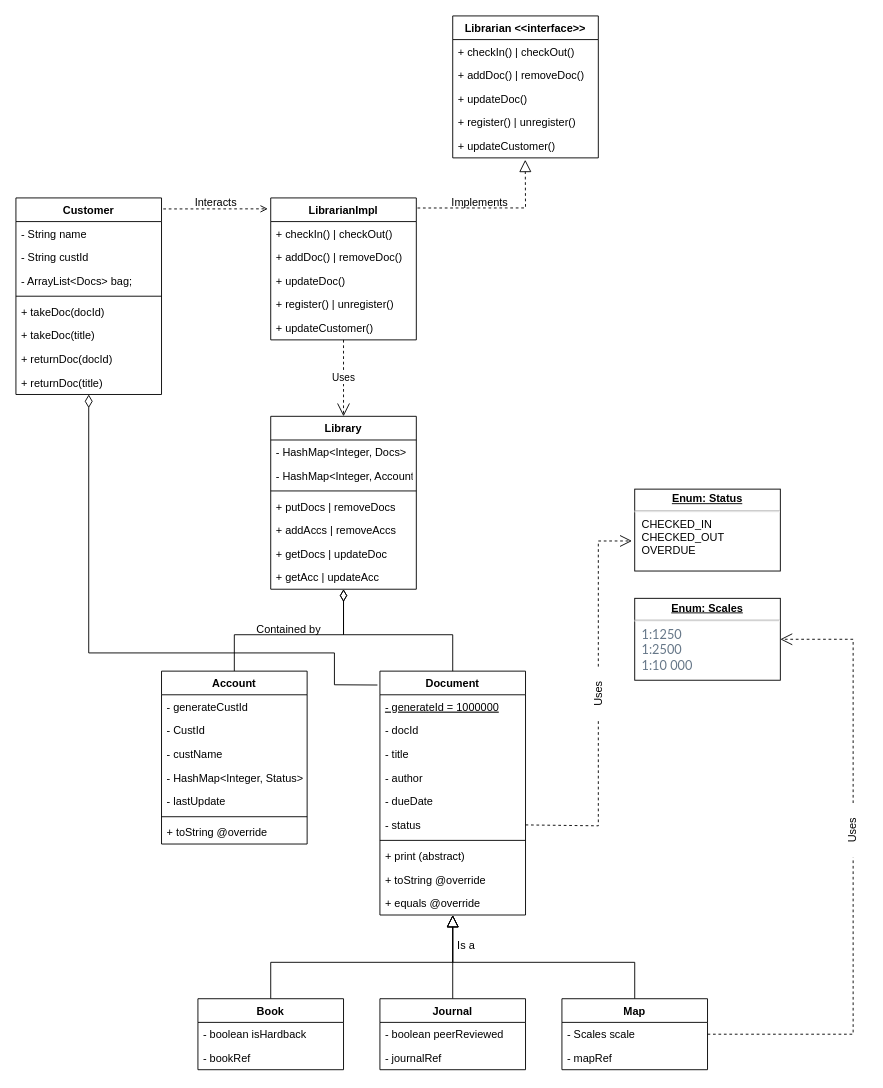
Daoist-W/KATA keeps this draw.io diagram as QA/challenges/Library/Library-REV1.drawio. Above is the earlier version. Source tidied: cells renumbered, new cells numbered last; positions are measured from the earlier drawing's top-left corner, leaving out a move shared by most shapes. Both pictures are drawn from the tidied source at 91%, with x=0, y=0 at pixel (15, 15).
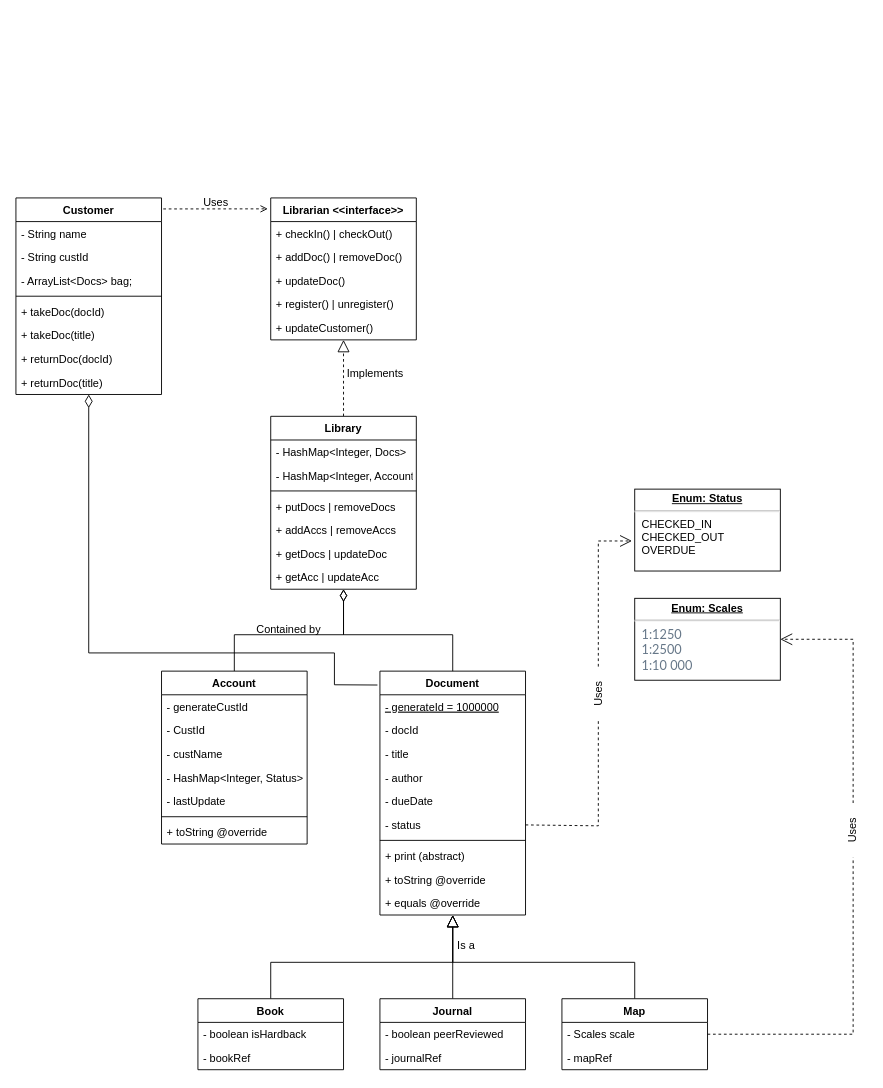
The same diagram, later.

The change refers to these unchanged cells:
```xml
<mxCell id="8" value="+ updateCustomer()" style="text;strokeColor=none;fillColor=none;align=left;verticalAlign=top;spacingLeft=4;spacingRight=4;overflow=hidden;points=[[0,0.5],[1,0.5]];portConstraint=eastwest;" parent="3" vertex="1">
  <mxGeometry y="130" width="160" height="26" as="geometry" />
</mxCell>
<mxCell id="45" value="Library" style="swimlane;fontStyle=1;align=center;verticalAlign=top;horizontal=1;startSize=26;" parent="1" vertex="1">
  <mxGeometry x="280" y="440" width="160" height="190" as="geometry" />
</mxCell>
```

Diff of the diagram source:
```diff
@@
-    <mxCell id="2" style="edgeStyle=none;rounded=0;jettySize=auto;html=1;entryX=0.498;entryY=1.079;entryDx=0;entryDy=0;entryPerimeter=0;dashed=1;endArrow=block;endFill=0;endSize=11;exitX=1.008;exitY=0.071;exitDx=0;exitDy=0;exitPerimeter=0;" parent="1" edge="1" source="3" target="14">
-      <mxGeometry relative="1" as="geometry">
-        <Array as="points">
-          <mxPoint x="560" y="211" />
-        </Array>
-      </mxGeometry>
-    </mxCell>
-    <mxCell id="3" value="LibrarianImpl" style="swimlane;fontStyle=1;align=center;verticalAlign=top;horizontal=1;startSize=26;" parent="1" vertex="1">
+    <mxCell id="3" value="Librarian &lt;&lt;interface&gt;&gt;" style="swimlane;fontStyle=1;align=center;verticalAlign=top;horizontal=1;startSize=26;" parent="1" vertex="1">
       <mxGeometry x="280" y="200" width="160" height="156" as="geometry" />
     </mxCell>
@@
-    <mxCell id="9" value="Librarian &lt;&lt;interface&gt;&gt;" style="swimlane;fontStyle=1;align=center;verticalAlign=top;horizontal=1;startSize=26;" parent="1" vertex="1">
-      <mxGeometry x="480" width="160" height="156" as="geometry" />
-    </mxCell>
-    <mxCell id="10" value="+ checkIn() | checkOut()" style="text;strokeColor=none;fillColor=none;align=left;verticalAlign=top;spacingLeft=4;spacingRight=4;overflow=hidden;" parent="9" vertex="1">
-      <mxGeometry y="26" width="160" height="26" as="geometry" />
-    </mxCell>
-    <mxCell id="11" value="+ addDoc() | removeDoc()" style="text;strokeColor=none;fillColor=none;align=left;verticalAlign=top;spacingLeft=4;spacingRight=4;overflow=hidden;" parent="9" vertex="1">
-      <mxGeometry y="52" width="160" height="26" as="geometry" />
-    </mxCell>
-    <mxCell id="12" value="+ updateDoc()" style="text;strokeColor=none;fillColor=none;align=left;verticalAlign=top;spacingLeft=4;spacingRight=4;overflow=hidden;" parent="9" vertex="1">
-      <mxGeometry y="78" width="160" height="26" as="geometry" />
-    </mxCell>
-    <mxCell id="13" value="+ register() | unregister()" style="text;strokeColor=none;fillColor=none;align=left;verticalAlign=top;spacingLeft=4;spacingRight=4;overflow=hidden;" parent="9" vertex="1">
-      <mxGeometry y="104" width="160" height="26" as="geometry" />
-    </mxCell>
-    <mxCell id="14" value="+ updateCustomer()" style="text;strokeColor=none;fillColor=none;align=left;verticalAlign=top;spacingLeft=4;spacingRight=4;overflow=hidden;points=[[0,0.5],[1,0.5]];portConstraint=eastwest;" parent="9" vertex="1">
-      <mxGeometry y="130" width="160" height="26" as="geometry" />
-    </mxCell>
-    <mxCell id="15" value="Uses" style="endArrow=open;endSize=12;dashed=1;html=1;rounded=0;entryX=0.5;entryY=0;entryDx=0;entryDy=0;" parent="1" edge="1" source="8" target="45">
-      <mxGeometry relative="1" as="geometry" />
-    </mxCell>
@@
-    <mxCell id="28" value="Interacts" style="text;html=1;strokeColor=none;fillColor=none;align=center;verticalAlign=middle;whiteSpace=wrap;rounded=0;" parent="1" vertex="1">
+    <mxCell id="28" value="Uses" style="text;html=1;strokeColor=none;fillColor=none;align=center;verticalAlign=middle;whiteSpace=wrap;rounded=0;" parent="1" vertex="1">
       <mxGeometry x="190" y="190" width="60" height="30" as="geometry" />
     </mxCell>
@@
+    <mxCell id="80" style="edgeStyle=orthogonalEdgeStyle;rounded=0;jettySize=auto;html=1;endSize=11;endArrow=block;endFill=0;dashed=1;" parent="1" edge="1" source="45" target="3">
+      <mxGeometry relative="1" as="geometry" />
+    </mxCell>
@@
     <mxCell id="69" value="Implements" style="text;html=1;strokeColor=none;fillColor=none;align=center;verticalAlign=middle;whiteSpace=wrap;rounded=0;" parent="1" vertex="1">
-      <mxGeometry x="480" y="190" width="60" height="30" as="geometry" />
+      <mxGeometry x="365" y="378" width="60" height="30" as="geometry" />
     </mxCell>
```
